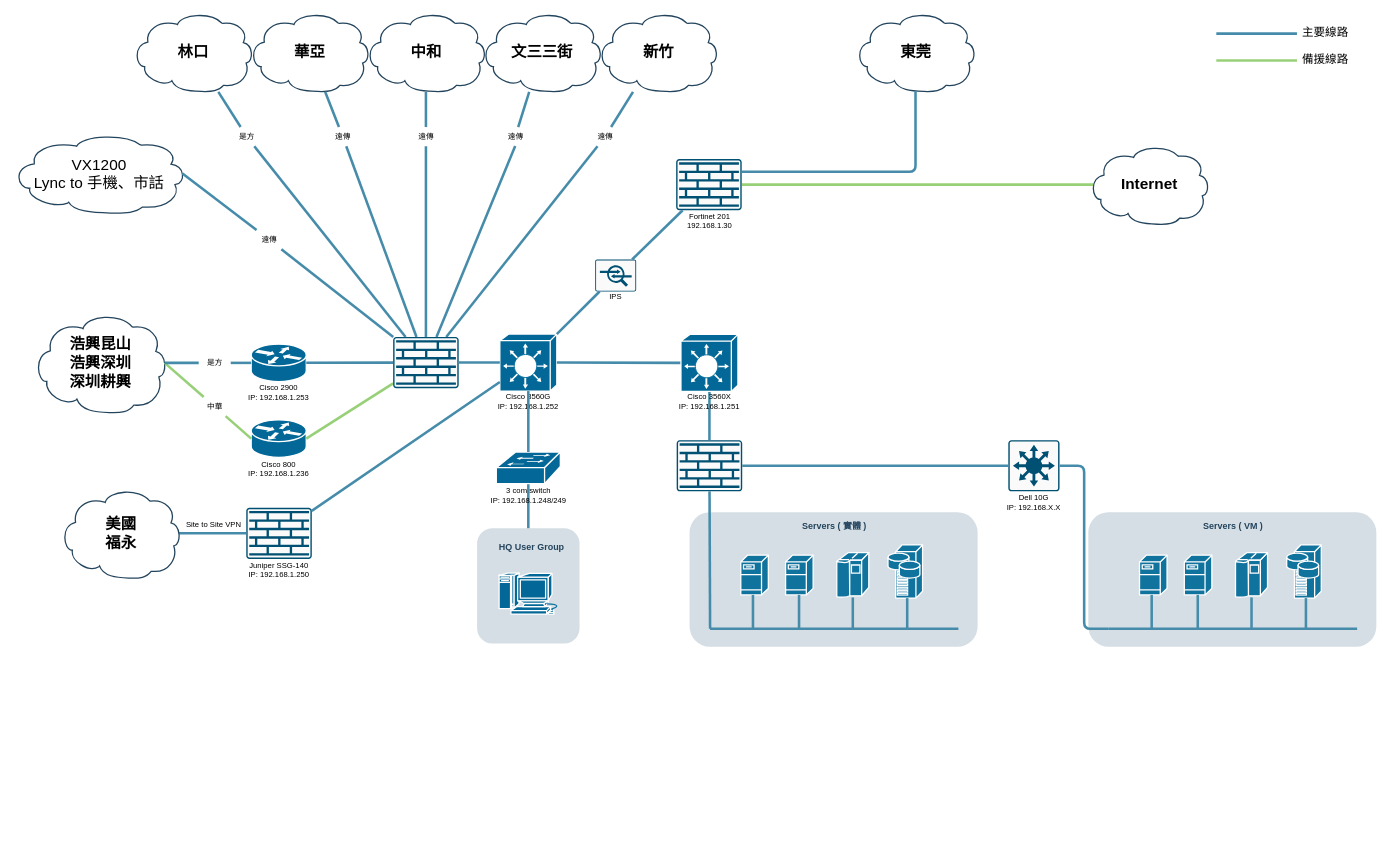
Above: HQ-V2.drawio in KevinKuo2519/AI-Prpgram (draw.io), before the change. Source tidied: cells renumbered, new cells numbered last; positions are measured from the earlier drawing's top-left corner, leaving out a move shared by most shapes. Both pictures are drawn from the tidied source at 64%, with x=0, y=0 at pixel (12, 12).
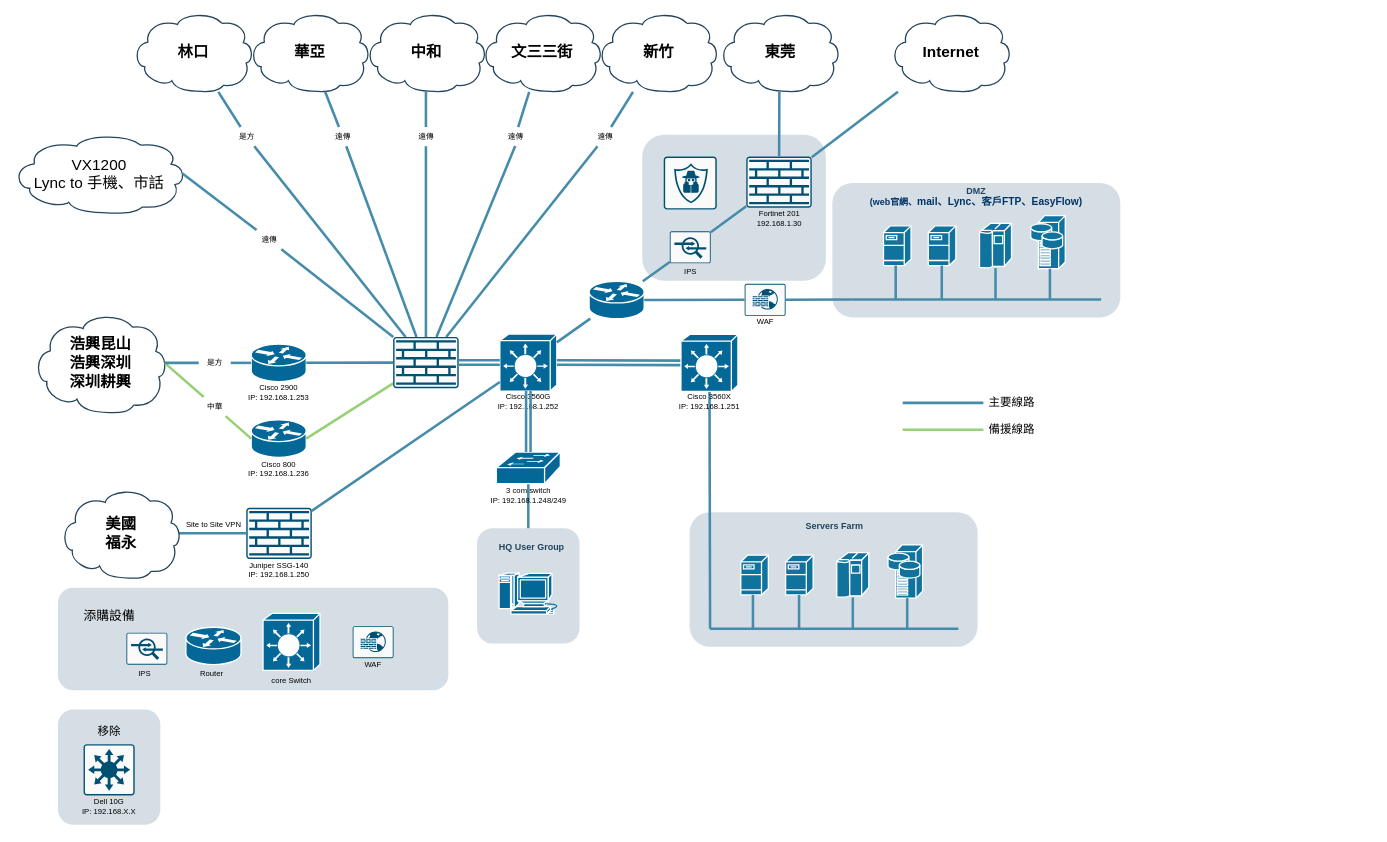
The same page after the edit.

Unchanged cells that the change refers to:
```xml
<mxCell id="2" style="group;" parent="1" vertex="1">
  <mxGeometry x="1059" y="782" width="450" height="210" as="geometry" />
</mxCell>
<mxCell id="8" style="line;html=1;strokeColor=#468CAA;" parent="2" vertex="1">
  <mxGeometry x="32" y="177" width="388" height="10" as="geometry" />
</mxCell>
<mxCell id="19" style="shape=mxgraph.cisco.switches.layer_3_switch;sketch=0;html=1;dashed=0;fillColor=#036897;strokeColor=#ffffff;strokeWidth=2;verticalLabelPosition=bottom;verticalAlign=top;align=center;outlineConnect=0;points=[[0,0.25,0,0,0],[0,0.5,0,0,0],[0,0.76,0,0,0],[0,1,0,0,0],[0.07,0,0,0,0],[0.29,0,0,0,0],[0.5,0,0,0,0],[0.5,1,0,0,0],[0.75,0,0,0,0],[0.95,0.94,0,0,0],[1,0,0,0,0],[1,0.5,0,0,0]];" parent="18" vertex="1">
  <mxGeometry x="10.5" width="89" height="89" as="geometry" />
</mxCell>
<mxCell id="40" style="line;html=1;strokeColor=#468CAA;" parent="34" vertex="1">
  <mxGeometry x="32" y="177" width="388" height="10" as="geometry" />
</mxCell>
<mxCell id="55" style="shape=mxgraph.cisco.switches.workgroup_switch;sketch=0;html=1;dashed=0;fillColor=#036897;strokeColor=#ffffff;strokeWidth=2;verticalLabelPosition=bottom;verticalAlign=top;align=center;outlineConnect=0;" parent="54" vertex="1">
  <mxGeometry x="12.2" width="100" height="49.5" as="geometry" />
</mxCell>
<mxCell id="63" style="shape=mxgraph.cisco.switches.layer_3_switch;sketch=0;html=1;dashed=0;fillColor=#036897;strokeColor=#ffffff;strokeWidth=2;verticalLabelPosition=bottom;verticalAlign=top;align=center;outlineConnect=0;" parent="62" vertex="1">
  <mxGeometry x="10.5" width="89" height="89" as="geometry" />
</mxCell>
<mxCell id="95" style="sketch=0;points=[[0.015,0.015,0],[0.985,0.015,0],[0.985,0.985,0],[0.015,0.985,0],[0.25,0,0],[0.5,0,0],[0.75,0,0],[1,0.25,0],[1,0.5,0],[1,0.75,0],[0.75,1,0],[0.5,1,0],[0.25,1,0],[0,0.75,0],[0,0.5,0],[0,0.25,0]];verticalLabelPosition=bottom;html=1;verticalAlign=top;align=center;shape=mxgraph.cisco19.rect;prIcon=firewall;fillColor=#FAFAFA;strokeColor=#005073;" parent="94" vertex="1">
  <mxGeometry x="0.5" width="102.4" height="80" as="geometry" />
</mxCell>
<mxCell id="114" style="sketch=0;points=[[0.015,0.015,0],[0.985,0.015,0],[0.985,0.985,0],[0.015,0.985,0],[0.25,0,0],[0.5,0,0],[0.75,0,0],[1,0.25,0],[1,0.5,0],[1,0.75,0],[0.75,1,0],[0.5,1,0],[0.25,1,0],[0,0.75,0],[0,0.5,0],[0,0.25,0]];verticalLabelPosition=bottom;html=1;verticalAlign=top;align=center;shape=mxgraph.cisco19.rect;prIcon=firewall;fillColor=#FAFAFA;strokeColor=#005073;" parent="1" vertex="1">
  <mxGeometry x="595.8" y="508" width="102.4" height="80" as="geometry" />
</mxCell>
```

What changed in the source:
```diff
@@
+    <mxCell id="116" style="rounded=1;whiteSpace=wrap;html=1;strokeColor=none;fillColor=#BAC8D3;fontSize=24;fontColor=#23445D;align=center;opacity=60;" parent="1" vertex="1">
+      <mxGeometry x="985" y="192" width="287" height="228" as="geometry" />
+    </mxCell>
+    <mxCell id="117" style="rounded=1;whiteSpace=wrap;html=1;strokeColor=none;fillColor=#BAC8D3;fontSize=24;fontColor=#23445D;align=center;opacity=60;" parent="1" vertex="1">
+      <mxGeometry x="72" y="900" width="610" height="160" as="geometry" />
+    </mxCell>
@@
-    <mxCell id="13" value="&lt;font color=&quot;#23445d&quot;&gt;Servers ( 實體 )&lt;/font&gt;" style="rounded=1;whiteSpace=wrap;html=1;strokeColor=none;fillColor=none;fontSize=14;fontColor=#742B21;align=center;fontStyle=1;" parent="2" vertex="1">
+    <mxCell id="13" value="&lt;font color=&quot;#23445d&quot;&gt;Servers Farm&lt;/font&gt;" style="rounded=1;whiteSpace=wrap;html=1;strokeColor=none;fillColor=none;fontSize=14;fontColor=#742B21;align=center;fontStyle=1;" parent="2" vertex="1">
       <mxGeometry x="155" y="12" width="143" height="19" as="geometry" />
     </mxCell>
@@
-    <mxCell id="22" style="group;" parent="1" vertex="1">
-      <mxGeometry x="1552" y="669.2" width="90" height="113" as="geometry" />
-    </mxCell>
-    <mxCell id="23" style="sketch=0;points=[[0.015,0.015,0],[0.985,0.015,0],[0.985,0.985,0],[0.015,0.985,0],[0.25,0,0],[0.5,0,0],[0.75,0,0],[1,0.25,0],[1,0.5,0],[1,0.75,0],[0.75,1,0],[0.5,1,0],[0.25,1,0],[0,0.75,0],[0,0.5,0],[0,0.25,0]];verticalLabelPosition=bottom;html=1;verticalAlign=top;align=center;shape=mxgraph.cisco19.rect;prIcon=l3_switch;fillColor=#FAFAFA;strokeColor=#005073;" parent="22" vertex="1">
-      <mxGeometry x="5" width="80" height="80" as="geometry" />
-    </mxCell>
-    <mxCell id="24" value="Dell 10G&lt;br&gt;IP: 192.168.X.X" style="text;html=1;strokeColor=none;fillColor=none;align=center;verticalAlign=middle;whiteSpace=wrap;rounded=0;" parent="22" vertex="1">
-      <mxGeometry y="83" width="90" height="30" as="geometry" />
-    </mxCell>
-    <mxCell id="25" style="rounded=1;jettySize=auto;html=1;exitX=1;exitY=0.5;exitDx=0;exitDy=0;exitPerimeter=0;entryX=0;entryY=0.5;entryDx=0;entryDy=0;entryPerimeter=0;strokeWidth=4;strokeColor=#468CAA;endArrow=none;endFill=0;" parent="1" edge="1" source="19" target="63">
+    <mxCell id="25" style="rounded=1;jettySize=auto;html=1;exitX=1;exitY=0.5;exitDx=0;exitDy=0;exitPerimeter=0;entryX=0;entryY=0.5;entryDx=0;entryDy=0;entryPerimeter=0;strokeWidth=4;strokeColor=#468CAA;endArrow=none;endFill=0;shape=link;" parent="1" edge="1" source="19" target="63">
       <mxGeometry relative="1" as="geometry" />
     </mxCell>
@@
-    <mxCell id="33" style="rounded=1;jettySize=auto;html=1;endArrow=none;endFill=0;strokeWidth=4;strokeColor=#468CAA;" parent="1" edge="1" source="93" target="19">
+    <mxCell id="33" style="rounded=1;jettySize=auto;html=1;endArrow=none;endFill=0;strokeWidth=4;strokeColor=#468CAA;" parent="1" edge="1" source="119" target="19">
       <mxGeometry relative="1" as="geometry" />
     </mxCell>
     <mxCell id="34" style="group;" parent="1" vertex="1">
-      <mxGeometry x="1682" y="782" width="450" height="210" as="geometry" />
+      <mxGeometry x="1282" y="267.4" width="450" height="210" as="geometry" />
     </mxCell>
@@
-    <mxCell id="45" value="&lt;font color=&quot;#23445d&quot;&gt;Servers ( VM )&lt;/font&gt;" style="rounded=1;whiteSpace=wrap;html=1;strokeColor=none;fillColor=none;fontSize=14;fontColor=#742B21;align=center;fontStyle=1;" parent="34" vertex="1">
-      <mxGeometry x="155" y="12" width="143" height="19" as="geometry" />
+    <mxCell id="45" value="&lt;font style=&quot;border-color: var(--border-color);&quot; color=&quot;#23445d&quot;&gt;DMZ&lt;/font&gt;&lt;br style=&quot;border-color: var(--border-color);&quot;&gt;&lt;font style=&quot;border-color: var(--border-color);&quot; color=&quot;#003366&quot;&gt;(web官網、&lt;span style=&quot;border-color: var(--border-color); font-size: 12pt; font-family: Calibri, sans-serif;&quot; lang=&quot;EN-US&quot;&gt;mail&lt;/span&gt;&lt;span style=&quot;border-color: var(--border-color); font-size: 12pt; font-family: 新細明體, serif;&quot;&gt;、&lt;/span&gt;&lt;span style=&quot;border-color: var(--border-color); font-size: 12pt; font-family: Calibri, sans-serif;&quot; lang=&quot;EN-US&quot;&gt;Lync&lt;/span&gt;&lt;span style=&quot;border-color: var(--border-color); font-size: 12pt; font-family: 新細明體, serif;&quot;&gt;、客戶&lt;/span&gt;&lt;span style=&quot;border-color: var(--border-color); font-size: 12pt; font-family: Calibri, sans-serif;&quot; lang=&quot;EN-US&quot;&gt;FTP、EasyFlow)&lt;/span&gt;&lt;/font&gt;" style="rounded=1;whiteSpace=wrap;html=1;strokeColor=none;fillColor=none;fontSize=14;fontColor=#742B21;align=center;fontStyle=1;" parent="34" vertex="1">
+      <mxGeometry x="40" y="12" width="370" height="19" as="geometry" />
     </mxCell>
-    <mxCell id="46" style="rounded=1;jettySize=auto;html=1;entryX=0;entryY=0.5;entryDx=0;entryDy=0;entryPerimeter=0;strokeWidth=4;strokeColor=#468CAA;endArrow=none;endFill=0;edgeStyle=orthogonalEdgeStyle;" parent="1" edge="1" source="23" target="40">
-      <mxGeometry relative="1" as="geometry" />
-    </mxCell>
@@
-    <mxCell id="51" style="rounded=1;jettySize=auto;html=1;strokeColor=#468CAA;strokeWidth=4;endArrow=none;endFill=0;" parent="1" edge="1" source="90" target="63">
+    <mxCell id="51" style="rounded=1;jettySize=auto;html=1;strokeColor=#468CAA;strokeWidth=4;endArrow=none;endFill=0;exitX=0;exitY=0.5;exitDx=0;exitDy=0;exitPerimeter=0;" parent="1" edge="1" source="8" target="63">
       <mxGeometry relative="1" as="geometry" />
     </mxCell>
@@
-    <mxCell id="57" style="rounded=1;jettySize=auto;html=1;exitX=0.5;exitY=0;exitDx=0;exitDy=0;exitPerimeter=0;entryX=0.5;entryY=1;entryDx=0;entryDy=0;entryPerimeter=0;strokeColor=#468CAA;strokeWidth=4;endArrow=none;endFill=0;" parent="1" edge="1" source="55" target="19">
+    <mxCell id="57" style="rounded=1;jettySize=auto;html=1;exitX=0.5;exitY=0;exitDx=0;exitDy=0;exitPerimeter=0;entryX=0.5;entryY=1;entryDx=0;entryDy=0;entryPerimeter=0;strokeColor=#468CAA;strokeWidth=4;endArrow=none;endFill=0;shape=link;" parent="1" edge="1" source="55" target="19">
       <mxGeometry relative="1" as="geometry" />
     </mxCell>
@@
     <mxCell id="69" value="&lt;p style=&quot;margin-top: 0pt; margin-bottom: 0pt; margin-left: 0in; direction: ltr; unicode-bidi: embed; word-break: normal; font-size: 23px;&quot;&gt;&lt;/p&gt;&lt;p style=&quot;margin-top: 0pt; margin-bottom: 0pt; margin-left: 0in; direction: ltr; unicode-bidi: embed; word-break: normal;&quot;&gt;&lt;font color=&quot;#000000&quot;&gt;Internet&lt;/font&gt;&lt;/p&gt;" style="shape=mxgraph.cisco.storage.cloud;html=1;dashed=0;strokeColor=#23445D;fillColor=#ffffff;strokeWidth=2;fontFamily=Helvetica;fontSize=24;fontColor=#23445D;align=center;fontStyle=1;" parent="1" vertex="1">
-      <mxGeometry x="1682" y="207.5" width="190" height="125" as="geometry" />
+      <mxGeometry x="1372" width="190" height="125" as="geometry" />
     </mxCell>
-    <mxCell id="70" style="rounded=1;jettySize=auto;html=1;exitX=1;exitY=0.5;exitDx=0;exitDy=0;exitPerimeter=0;strokeColor=#97D077;endArrow=none;endFill=0;strokeWidth=4;entryX=0.04;entryY=0.5;entryDx=0;entryDy=0;entryPerimeter=0;" parent="1" edge="1" source="95" target="69">
+    <mxCell id="70" style="rounded=1;jettySize=auto;html=1;strokeColor=#468CAA;endArrow=none;endFill=0;strokeWidth=4;" parent="1" edge="1" source="95" target="69">
       <mxGeometry relative="1" as="geometry" />
     </mxCell>
@@
     <mxCell id="73" style="group;" parent="1" vertex="1">
-      <mxGeometry x="1882" y="55" width="220" height="40" as="geometry" />
+      <mxGeometry x="1392" y="632" width="220" height="40" as="geometry" />
     </mxCell>
@@
     <mxCell id="76" style="group;" parent="1" vertex="1">
-      <mxGeometry x="1882" y="13" width="220" height="40" as="geometry" />
+      <mxGeometry x="1392" y="590" width="220" height="40" as="geometry" />
     </mxCell>
@@
     <mxCell id="79" value="&lt;p style=&quot;margin-top: 0pt; margin-bottom: 0pt; margin-left: 0in; direction: ltr; unicode-bidi: embed; word-break: normal; font-size: 23px;&quot;&gt;&lt;/p&gt;&lt;p style=&quot;margin-top: 0pt; margin-bottom: 0pt; margin-left: 0in; direction: ltr; unicode-bidi: embed; word-break: normal;&quot;&gt;&lt;span style=&quot;color: rgb(0, 0, 0); background-color: initial;&quot;&gt;東莞&lt;/span&gt;&lt;br&gt;&lt;/p&gt;" style="shape=mxgraph.cisco.storage.cloud;html=1;dashed=0;strokeColor=#23445D;fillColor=#ffffff;strokeWidth=2;fontFamily=Helvetica;fontSize=24;fontColor=#23445D;align=center;fontStyle=1;" parent="1" vertex="1">
-      <mxGeometry x="1317" width="190" height="125" as="geometry" />
+      <mxGeometry x="1104.5" width="190" height="125" as="geometry" />
     </mxCell>
-    <mxCell id="80" style="rounded=1;jettySize=auto;html=1;exitX=1;exitY=0.25;exitDx=0;exitDy=0;exitPerimeter=0;entryX=0.5;entryY=0.99;entryDx=0;entryDy=0;entryPerimeter=0;endArrow=none;endFill=0;strokeColor=#468CAA;strokeWidth=4;edgeStyle=elbowEdgeStyle;" parent="1" edge="1" source="95" target="79">
-      <mxGeometry relative="1" as="geometry">
-        <Array as="points">
-          <mxPoint x="1412" y="190" />
-        </Array>
-      </mxGeometry>
+    <mxCell id="80" style="rounded=1;jettySize=auto;html=1;endArrow=none;endFill=0;strokeColor=#468CAA;strokeWidth=4;" parent="1" edge="1" source="95" target="79">
+      <mxGeometry relative="1" as="geometry" />
     </mxCell>
@@
-    <mxCell id="89" style="rounded=1;jettySize=auto;html=1;exitX=0;exitY=0.5;exitDx=0;exitDy=0;exitPerimeter=0;strokeColor=#468CAA;strokeWidth=4;endArrow=none;endFill=0;" parent="1" edge="1" source="8" target="90">
-      <mxGeometry relative="1" as="geometry" />
-    </mxCell>
-    <mxCell id="90" style="sketch=0;points=[[0.015,0.015,0],[0.985,0.015,0],[0.985,0.985,0],[0.015,0.985,0],[0.25,0,0],[0.5,0,0],[0.75,0,0],[1,0.25,0],[1,0.5,0],[1,0.75,0],[0.75,1,0],[0.5,1,0],[0.25,1,0],[0,0.75,0],[0,0.5,0],[0,0.25,0]];verticalLabelPosition=bottom;html=1;verticalAlign=top;align=center;shape=mxgraph.cisco19.rect;prIcon=firewall;fillColor=#FAFAFA;strokeColor=#005073;" parent="1" vertex="1">
-      <mxGeometry x="1038.8" y="669.2" width="102.4" height="80" as="geometry" />
-    </mxCell>
-    <mxCell id="91" style="rounded=1;jettySize=auto;html=1;strokeColor=#468CAA;strokeWidth=4;endArrow=none;endFill=0;" parent="1" edge="1" source="23" target="90">
-      <mxGeometry relative="1" as="geometry" />
-    </mxCell>
@@
     <mxCell id="93" style="sketch=0;points=[[0.015,0.015,0],[0.985,0.015,0],[0.985,0.985,0],[0.015,0.985,0],[0.25,0,0],[0.5,0,0],[0.75,0,0],[1,0.25,0],[1,0.5,0],[1,0.75,0],[0.75,1,0],[0.5,1,0],[0.25,1,0],[0,0.75,0],[0,0.5,0],[0,0.25,0]];verticalLabelPosition=bottom;html=1;verticalAlign=top;align=center;shape=mxgraph.cisco19.rect;prIcon=ips_ids;fillColor=#FAFAFA;strokeColor=#005073;" parent="1" vertex="1">
-      <mxGeometry x="911.5" y="387" width="64" height="50" as="geometry" />
+      <mxGeometry x="1028" y="343" width="64" height="50" as="geometry" />
     </mxCell>
     <mxCell id="94" style="group;" parent="1" vertex="1">
-      <mxGeometry x="1037.5" y="230" width="105" height="112" as="geometry" />
+      <mxGeometry x="1147" y="226" width="105" height="112" as="geometry" />
     </mxCell>
@@
     <mxCell id="97" value="IPS" style="text;html=1;strokeColor=none;fillColor=none;align=center;verticalAlign=middle;whiteSpace=wrap;rounded=0;" parent="1" vertex="1">
-      <mxGeometry x="891" y="430" width="105" height="30" as="geometry" />
+      <mxGeometry x="1007.5" y="391" width="105" height="30" as="geometry" />
     </mxCell>
@@
-    <mxCell id="115" style="rounded=1;jettySize=auto;html=1;strokeColor=#468CAA;strokeWidth=4;endArrow=none;endFill=0;" parent="1" edge="1" source="114" target="19">
+    <mxCell id="115" style="rounded=1;jettySize=auto;html=1;strokeColor=#468CAA;strokeWidth=4;endArrow=none;endFill=0;shape=link;" parent="1" edge="1" source="114" target="19">
       <mxGeometry relative="1" as="geometry" />
     </mxCell>
+    <mxCell id="118" style="rounded=1;jettySize=auto;html=1;endArrow=none;endFill=0;strokeWidth=4;strokeColor=#468CAA;" parent="1" edge="1" source="93" target="119">
+      <mxGeometry relative="1" as="geometry" />
+    </mxCell>
+    <mxCell id="119" style="shape=mxgraph.cisco.routers.router;sketch=0;html=1;dashed=0;fillColor=#036897;strokeColor=#ffffff;strokeWidth=2;verticalLabelPosition=bottom;verticalAlign=top;align=center;outlineConnect=0;" parent="1" vertex="1">
+      <mxGeometry x="902" y="421" width="86" height="58.4" as="geometry" />
+    </mxCell>
+    <mxCell id="120" style="rounded=1;jettySize=auto;html=1;endArrow=none;endFill=0;strokeWidth=4;strokeColor=#468CAA;exitX=0;exitY=0.5;exitDx=0;exitDy=0;exitPerimeter=0;" parent="1" edge="1" source="135" target="119">
+      <mxGeometry relative="1" as="geometry" />
+    </mxCell>
+    <mxCell id="121" style="sketch=0;verticalLabelPosition=bottom;html=1;verticalAlign=top;align=center;shape=mxgraph.cisco19.rect;prIcon=ips_ids;fillColor=#FAFAFA;strokeColor=#005073;" parent="1" vertex="1">
+      <mxGeometry x="179" y="970" width="64" height="50" as="geometry" />
+    </mxCell>
+    <mxCell id="122" style="shape=mxgraph.cisco.routers.router;sketch=0;html=1;dashed=0;fillColor=#036897;strokeColor=#ffffff;strokeWidth=2;verticalLabelPosition=bottom;verticalAlign=top;align=center;" parent="1" vertex="1">
+      <mxGeometry x="272" y="961.6" width="86" height="58.4" as="geometry" />
+    </mxCell>
+    <mxCell id="123" value="&lt;font style=&quot;font-size: 20px;&quot;&gt;添購設備&lt;/font&gt;" style="text;html=1;align=center;verticalAlign=middle;strokeColor=none;fillColor=none;" parent="1" vertex="1">
+      <mxGeometry x="102" y="921.6" width="100" height="40" as="geometry" />
+    </mxCell>
+    <mxCell id="124" value="IPS" style="text;html=1;strokeColor=none;fillColor=none;align=center;verticalAlign=middle;whiteSpace=wrap;rounded=0;" parent="1" vertex="1">
+      <mxGeometry x="155" y="1020" width="105" height="30" as="geometry" />
+    </mxCell>
+    <mxCell id="125" value="Router" style="text;html=1;strokeColor=none;fillColor=none;align=center;verticalAlign=middle;whiteSpace=wrap;rounded=0;" parent="1" vertex="1">
+      <mxGeometry x="260" y="1020" width="105" height="30" as="geometry" />
+    </mxCell>
+    <mxCell id="126" style="group;" parent="1" vertex="1">
+      <mxGeometry x="382" y="940" width="110" height="120" as="geometry" />
+    </mxCell>
+    <mxCell id="127" style="shape=mxgraph.cisco.switches.layer_3_switch;sketch=0;html=1;dashed=0;fillColor=#036897;strokeColor=#ffffff;strokeWidth=2;verticalLabelPosition=bottom;verticalAlign=top;align=center;" parent="126" vertex="1">
+      <mxGeometry x="10.5" width="89" height="89" as="geometry" />
+    </mxCell>
+    <mxCell id="128" value="core Switch" style="text;html=1;strokeColor=none;fillColor=none;align=center;verticalAlign=middle;whiteSpace=wrap;rounded=0;" parent="126" vertex="1">
+      <mxGeometry y="90" width="110" height="30" as="geometry" />
+    </mxCell>
+    <mxCell id="129" style="sketch=0;verticalLabelPosition=bottom;html=1;verticalAlign=top;align=center;shape=mxgraph.cisco19.rect;prIcon=next_generation_intrusion_prevention_system;fillColor=#FAFAFA;strokeColor=#005073;" parent="1" vertex="1">
+      <mxGeometry x="1018.5" y="226" width="83" height="83" as="geometry" />
+    </mxCell>
+    <mxCell id="130" style="rounded=1;jettySize=auto;html=1;endArrow=none;endFill=0;strokeWidth=4;strokeColor=#468CAA;exitX=0;exitY=0.5;exitDx=0;exitDy=0;exitPerimeter=0;" parent="1" edge="1" source="40" target="135">
+      <mxGeometry relative="1" as="geometry" />
+    </mxCell>
+    <mxCell id="131" style="group;" parent="1" vertex="1">
+      <mxGeometry x="72" y="1090" width="160" height="190" as="geometry" />
+    </mxCell>
+    <mxCell id="132" style="rounded=1;whiteSpace=wrap;html=1;strokeColor=none;fillColor=#BAC8D3;fontSize=24;fontColor=#23445D;align=center;opacity=60;" parent="131" vertex="1">
+      <mxGeometry width="160" height="180" as="geometry" />
+    </mxCell>
+    <mxCell id="22" style="group;" parent="131" vertex="1">
+      <mxGeometry x="35" y="54.3" width="125" height="135.7" as="geometry" />
+    </mxCell>
+    <mxCell id="23" style="sketch=0;points=[[0.015,0.015,0],[0.985,0.015,0],[0.985,0.985,0],[0.015,0.985,0],[0.25,0,0],[0.5,0,0],[0.75,0,0],[1,0.25,0],[1,0.5,0],[1,0.75,0],[0.75,1,0],[0.5,1,0],[0.25,1,0],[0,0.75,0],[0,0.5,0],[0,0.25,0]];verticalLabelPosition=bottom;html=1;verticalAlign=top;align=center;shape=mxgraph.cisco19.rect;prIcon=l3_switch;fillColor=#FAFAFA;strokeColor=#005073;" parent="22" vertex="1">
+      <mxGeometry x="5" width="80" height="80" as="geometry" />
+    </mxCell>
+    <mxCell id="24" value="Dell 10G&lt;br&gt;IP: 192.168.X.X" style="text;html=1;strokeColor=none;fillColor=none;align=center;verticalAlign=middle;whiteSpace=wrap;rounded=0;" parent="22" vertex="1">
+      <mxGeometry y="83" width="90" height="30" as="geometry" />
+    </mxCell>
+    <mxCell id="133" value="&lt;font style=&quot;font-size: 18px;&quot;&gt;移除&lt;/font&gt;" style="text;html=1;align=center;verticalAlign=middle;strokeColor=none;fillColor=none;" parent="22" vertex="1">
+      <mxGeometry x="15" y="-40" width="60" height="40" as="geometry" />
+    </mxCell>
+    <mxCell id="134" style="group;" parent="1" vertex="1">
+      <mxGeometry x="1124.5" y="425" width="105" height="75" as="geometry" />
+    </mxCell>
+    <mxCell id="135" style="sketch=0;points=[[0.015,0.015,0],[0.985,0.015,0],[0.985,0.985,0],[0.015,0.985,0],[0.25,0,0],[0.5,0,0],[0.75,0,0],[1,0.25,0],[1,0.5,0],[1,0.75,0],[0.75,1,0],[0.5,1,0],[0.25,1,0],[0,0.75,0],[0,0.5,0],[0,0.25,0]];verticalLabelPosition=bottom;html=1;verticalAlign=top;align=center;shape=mxgraph.cisco19.rect;prIcon=web_application_firewall;fillColor=#FAFAFA;strokeColor=#005073;" parent="134" vertex="1">
+      <mxGeometry x="20.5" width="64" height="50" as="geometry" />
+    </mxCell>
+    <mxCell id="136" value="WAF" style="text;html=1;strokeColor=none;fillColor=none;align=center;verticalAlign=middle;whiteSpace=wrap;rounded=0;" parent="134" vertex="1">
+      <mxGeometry y="45" width="105" height="30" as="geometry" />
+    </mxCell>
+    <mxCell id="137" style="group;" parent="1" vertex="1">
+      <mxGeometry x="512" y="960" width="105" height="75" as="geometry" />
+    </mxCell>
+    <mxCell id="138" style="sketch=0;verticalLabelPosition=bottom;html=1;verticalAlign=top;align=center;shape=mxgraph.cisco19.rect;prIcon=web_application_firewall;fillColor=#FAFAFA;strokeColor=#005073;" parent="137" vertex="1">
+      <mxGeometry x="20.5" width="64" height="50" as="geometry" />
+    </mxCell>
+    <mxCell id="139" value="WAF" style="text;html=1;strokeColor=none;fillColor=none;align=center;verticalAlign=middle;whiteSpace=wrap;rounded=0;" parent="137" vertex="1">
+      <mxGeometry y="45" width="105" height="30" as="geometry" />
+    </mxCell>
```
